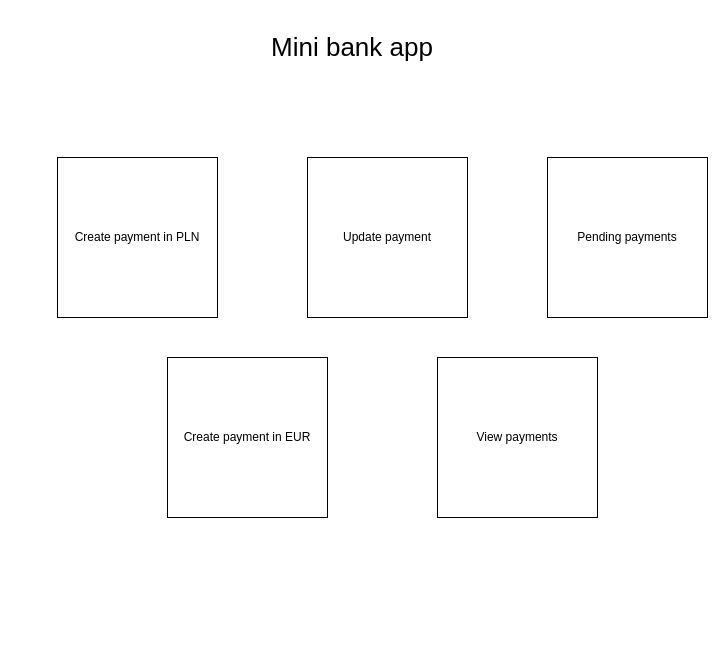
Before: page "Payment app" (1 of 8) of Untitled Diagram.drawio in sebek9/projectBackend, a draw.io diagram. Source tidied: cells renumbered, new cells numbered last; positions are measured from the earlier drawing's top-left corner, leaving out a move shared by most shapes. Both pictures are drawn from the tidied source at 100%, with x=0, y=0 at pixel (57, 17).
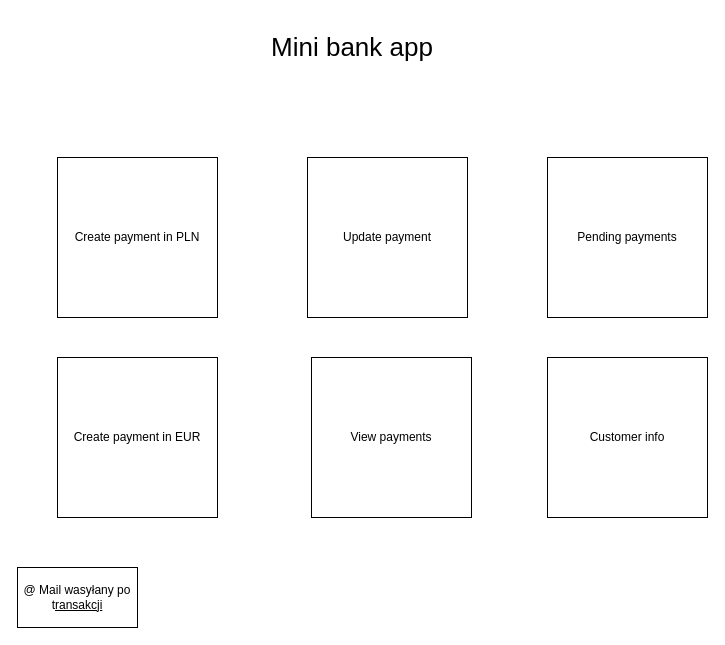
Above is the later version.

What changed in the source:
```diff
@@
 <mxGraphModel>
   <root>
     <mxCell id="0" />
     <mxCell id="1" parent="0" />
     <mxCell id="2" value="Create payment in PLN" style="whiteSpace=wrap;html=1;" parent="1" vertex="1">
       <mxGeometry y="140" width="160" height="160" as="geometry" />
     </mxCell>
     <mxCell id="3" value="&lt;font style=&quot;font-size: 26px&quot;&gt;Mini bank app&lt;/font&gt;" style="text;html=1;strokeColor=none;fillColor=none;align=center;verticalAlign=middle;whiteSpace=wrap;rounded=0;" parent="1" vertex="1">
       <mxGeometry x="20" width="550" height="60" as="geometry" />
     </mxCell>
     <mxCell id="4" value="View payments" style="whiteSpace=wrap;html=1;" parent="1" vertex="1">
-      <mxGeometry x="380" y="340" width="160" height="160" as="geometry" />
+      <mxGeometry x="254" y="340" width="160" height="160" as="geometry" />
     </mxCell>
     <mxCell id="5" value="Pending payments" style="whiteSpace=wrap;html=1;" parent="1" vertex="1">
       <mxGeometry x="490" y="140" width="160" height="160" as="geometry" />
     </mxCell>
     <mxCell id="6" value="Update payment" style="whiteSpace=wrap;html=1;" parent="1" vertex="1">
       <mxGeometry x="250" y="140" width="160" height="160" as="geometry" />
     </mxCell>
     <mxCell id="7" value="Create payment in EUR" style="whiteSpace=wrap;html=1;" parent="1" vertex="1">
-      <mxGeometry x="110" y="340" width="160" height="160" as="geometry" />
+      <mxGeometry y="340" width="160" height="160" as="geometry" />
     </mxCell>
+    <mxCell id="8" value="@ Mail wasyłany po t&lt;u&gt;ransakcji&lt;/u&gt;" style="rounded=0;whiteSpace=wrap;html=1;" parent="1" vertex="1">
+      <mxGeometry x="-40" y="550" width="120" height="60" as="geometry" />
+    </mxCell>
+    <mxCell id="9" value="Customer info" style="whiteSpace=wrap;html=1;" parent="1" vertex="1">
+      <mxGeometry x="490" y="340" width="160" height="160" as="geometry" />
+    </mxCell>
   </root>
 </mxGraphModel>
```
